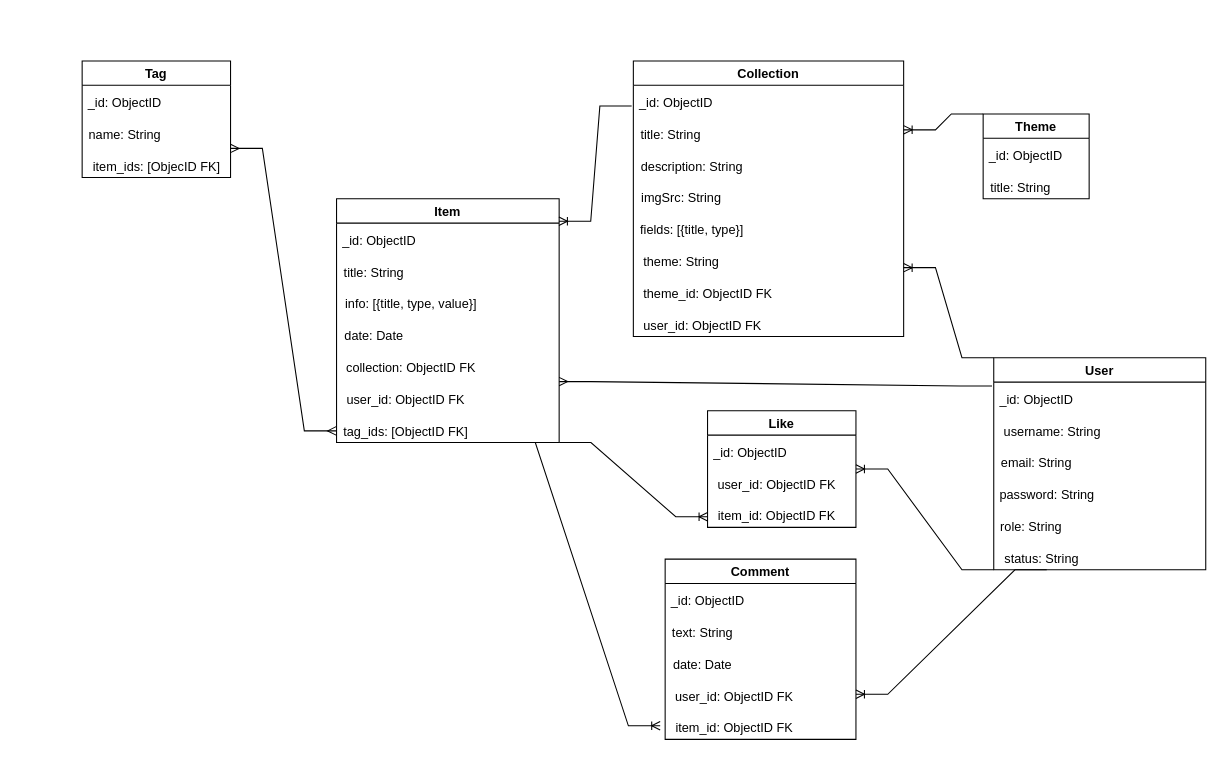
DefK1lla/itra-course-project keeps this draw.io diagram as db-schema.drawio. Above is the earlier version. Source tidied: cells renumbered, new cells numbered last; positions are measured from the earlier drawing's top-left corner, leaving out a move shared by most shapes. Both pictures are drawn from the tidied source at 106%, with x=0, y=0 at pixel (82, 60).
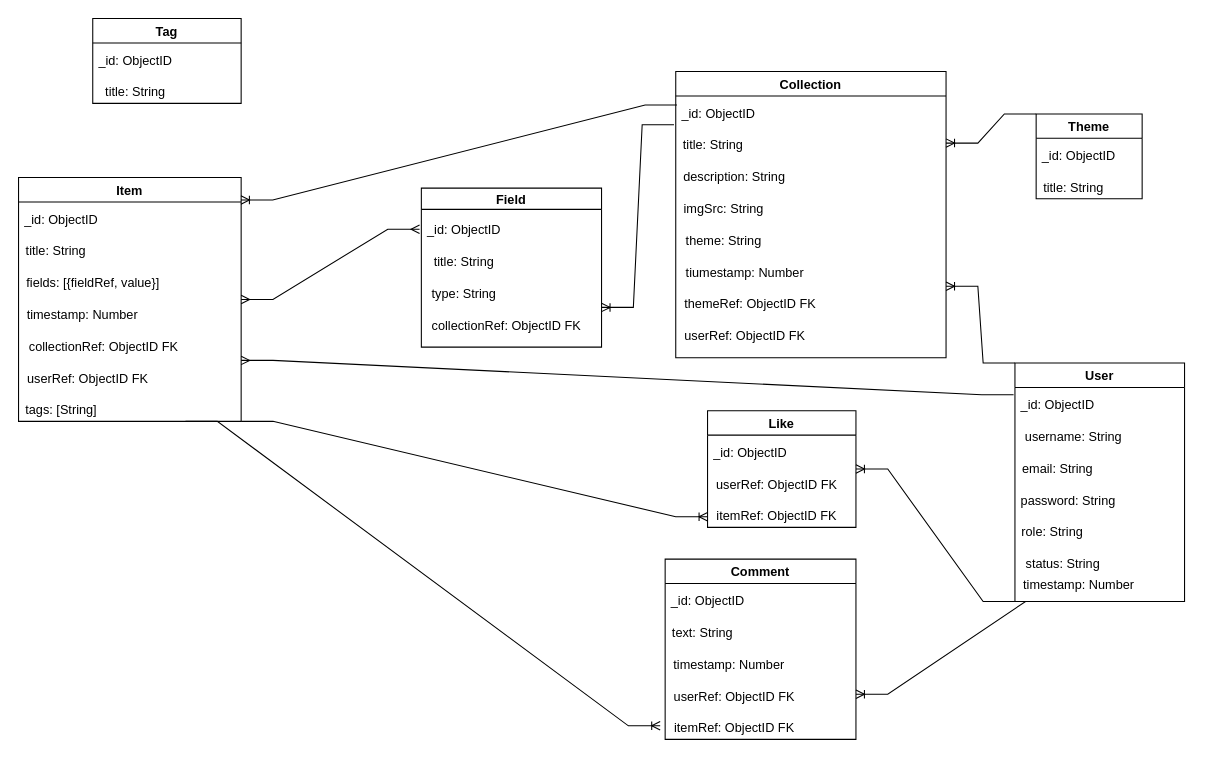
After the change.

Unchanged cells that the change refers to:
```xml
<mxCell id="21" value="_id: ObjectID" style="text;html=1;align=center;verticalAlign=middle;points=[];strokeColor=none;fillColor=none;" parent="20" vertex="1">
  <mxGeometry y="30" width="80" height="20" as="geometry" />
</mxCell>
<mxCell id="34" value="Comment" style="swimlane;startSize=23;" parent="1" vertex="1">
  <mxGeometry x="550" y="470" width="180" height="170" as="geometry" />
</mxCell>
<mxCell id="46" value="Like" style="swimlane;startSize=23;" parent="1" vertex="1">
  <mxGeometry x="590" y="330" width="140" height="110" as="geometry" />
</mxCell>
```

The edit, as a diff of the source:
```diff
@@
     <mxCell id="2" value="User" style="swimlane;" parent="1" vertex="1">
-      <mxGeometry x="860" y="280" width="200" height="200" as="geometry" />
+      <mxGeometry x="880" y="285" width="160" height="225" as="geometry" />
     </mxCell>
@@
+    <mxCell id="52" value="timestamp: Number" style="text;html=1;align=center;verticalAlign=middle;strokeColor=none;fillColor=none;" parent="2" vertex="1">
+      <mxGeometry y="200" width="120" height="20" as="geometry" />
+    </mxCell>
     <mxCell id="9" value="Theme" style="swimlane;" parent="1" vertex="1">
-      <mxGeometry x="850" y="50" width="100" height="80" as="geometry" />
+      <mxGeometry x="900" y="50" width="100" height="80" as="geometry" />
     </mxCell>
@@
     <mxCell id="12" value="Item" style="swimlane;startSize=23;" parent="1" vertex="1">
-      <mxGeometry x="240" y="130" width="210" height="230" as="geometry" />
+      <mxGeometry x="-60" y="110" width="210" height="230" as="geometry" />
     </mxCell>
@@
-    <mxCell id="14" value="collection: ObjectID FK" style="text;html=1;align=center;verticalAlign=middle;strokeColor=none;fillColor=none;" parent="12" vertex="1">
-      <mxGeometry y="150" width="140" height="20" as="geometry" />
+    <mxCell id="14" value="collectionRef: ObjectID FK" style="text;html=1;align=center;verticalAlign=middle;strokeColor=none;fillColor=none;" parent="12" vertex="1">
+      <mxGeometry y="150" width="160" height="20" as="geometry" />
     </mxCell>
-    <mxCell id="15" value="info: [{title, type, value}]" style="text;html=1;align=center;verticalAlign=middle;strokeColor=none;fillColor=none;" parent="12" vertex="1">
+    <mxCell id="15" value="fields: [{fieldRef, value}]" style="text;html=1;align=center;verticalAlign=middle;strokeColor=none;fillColor=none;" parent="12" vertex="1">
       <mxGeometry y="90" width="140" height="20" as="geometry" />
     </mxCell>
-    <mxCell id="16" value="user_id: ObjectID FK" style="text;html=1;align=center;verticalAlign=middle;strokeColor=none;fillColor=none;" parent="12" vertex="1">
+    <mxCell id="16" value="userRef: ObjectID FK" style="text;html=1;align=center;verticalAlign=middle;strokeColor=none;fillColor=none;" parent="12" vertex="1">
       <mxGeometry y="180" width="130" height="20" as="geometry" />
     </mxCell>
-    <mxCell id="17" value="tag_ids: [ObjectID FK]" style="text;html=1;align=center;verticalAlign=middle;points=[];strokeColor=none;fillColor=none;" parent="12" vertex="1">
-      <mxGeometry y="210" width="130" height="20" as="geometry" />
+    <mxCell id="17" value="tags: [String]" style="text;html=1;align=center;verticalAlign=middle;points=[];strokeColor=none;fillColor=none;" parent="12" vertex="1">
+      <mxGeometry y="210" width="80" height="20" as="geometry" />
     </mxCell>
-    <mxCell id="18" value="date: Date" style="text;html=1;align=center;verticalAlign=middle;strokeColor=none;fillColor=none;" parent="12" vertex="1">
-      <mxGeometry y="120" width="70" height="20" as="geometry" />
+    <mxCell id="18" value="timestamp: Number" style="text;html=1;align=center;verticalAlign=middle;strokeColor=none;fillColor=none;" parent="12" vertex="1">
+      <mxGeometry y="120" width="120" height="20" as="geometry" />
     </mxCell>
@@
     <mxCell id="20" value="Collection" style="swimlane;startSize=23;" parent="1" vertex="1">
-      <mxGeometry x="520" width="255" height="260" as="geometry" />
+      <mxGeometry x="560" y="10" width="255" height="270" as="geometry" />
     </mxCell>
@@
-    <mxCell id="22" value="user_id: ObjectID FK" style="text;html=1;align=center;verticalAlign=middle;strokeColor=none;fillColor=none;" parent="20" vertex="1">
+    <mxCell id="22" value="userRef: ObjectID FK" style="text;html=1;align=center;verticalAlign=middle;strokeColor=none;fillColor=none;" parent="20" vertex="1">
       <mxGeometry y="240" width="130" height="20" as="geometry" />
     </mxCell>
@@
-    <mxCell id="24" value="theme_id: ObjectID FK" style="text;html=1;align=center;verticalAlign=middle;strokeColor=none;fillColor=none;" parent="20" vertex="1">
+    <mxCell id="24" value="themeRef: ObjectID FK" style="text;html=1;align=center;verticalAlign=middle;strokeColor=none;fillColor=none;" parent="20" vertex="1">
       <mxGeometry y="210" width="140" height="20" as="geometry" />
     </mxCell>
-    <mxCell id="25" value="fields: [{title, type}]" style="text;html=1;align=center;verticalAlign=middle;strokeColor=none;fillColor=none;" parent="20" vertex="1">
-      <mxGeometry y="150" width="110" height="20" as="geometry" />
-    </mxCell>
     <mxCell id="26" value="theme: String" style="text;html=1;align=center;verticalAlign=middle;strokeColor=none;fillColor=none;" parent="20" vertex="1">
-      <mxGeometry y="180" width="90" height="20" as="geometry" />
+      <mxGeometry y="150" width="90" height="20" as="geometry" />
     </mxCell>
@@
+    <mxCell id="53" value="tiumestamp: Number" style="text;html=1;align=center;verticalAlign=middle;strokeColor=none;fillColor=none;" parent="20" vertex="1">
+      <mxGeometry y="180" width="130" height="20" as="geometry" />
+    </mxCell>
@@
     <mxCell id="30" value="Tag" style="swimlane;startSize=23;" parent="1" vertex="1">
-      <mxGeometry width="140" height="110" as="geometry" />
+      <mxGeometry x="10" y="-40" width="140" height="80" as="geometry" />
     </mxCell>
@@
-    <mxCell id="32" value="name: String" style="text;html=1;align=center;verticalAlign=middle;strokeColor=none;fillColor=none;" parent="30" vertex="1">
-      <mxGeometry y="60" width="80" height="20" as="geometry" />
+    <mxCell id="32" value="title: String" style="text;html=1;align=center;verticalAlign=middle;strokeColor=none;fillColor=none;" parent="30" vertex="1">
+      <mxGeometry x="5" y="60" width="70" height="20" as="geometry" />
     </mxCell>
-    <mxCell id="33" value="item_ids: [ObjecID FK]" style="text;html=1;align=center;verticalAlign=middle;strokeColor=none;fillColor=none;" parent="30" vertex="1">
-      <mxGeometry y="90" width="140" height="20" as="geometry" />
-    </mxCell>
@@
-    <mxCell id="36" value="item_id: ObjectID FK" style="text;html=1;align=center;verticalAlign=middle;points=[];strokeColor=none;fillColor=none;" parent="34" vertex="1">
+    <mxCell id="36" value="itemRef: ObjectID FK" style="text;html=1;align=center;verticalAlign=middle;points=[];strokeColor=none;fillColor=none;" parent="34" vertex="1">
       <mxGeometry y="150" width="130" height="20" as="geometry" />
     </mxCell>
@@
-    <mxCell id="38" value="user_id: ObjectID FK" style="text;html=1;align=center;verticalAlign=middle;strokeColor=none;fillColor=none;" parent="34" vertex="1">
+    <mxCell id="38" value="userRef: ObjectID FK" style="text;html=1;align=center;verticalAlign=middle;strokeColor=none;fillColor=none;" parent="34" vertex="1">
       <mxGeometry y="120" width="130" height="20" as="geometry" />
     </mxCell>
-    <mxCell id="39" value="date: Date" style="text;html=1;align=center;verticalAlign=middle;strokeColor=none;fillColor=none;" parent="34" vertex="1">
-      <mxGeometry y="90" width="70" height="20" as="geometry" />
+    <mxCell id="39" value="timestamp: Number" style="text;html=1;align=center;verticalAlign=middle;strokeColor=none;fillColor=none;" parent="34" vertex="1">
+      <mxGeometry y="90" width="120" height="20" as="geometry" />
     </mxCell>
-    <mxCell id="40" style="edgeStyle=entityRelationEdgeStyle;fontSize=12;html=1;endArrow=ERoneToMany;rounded=0;entryX=0.999;entryY=0.092;entryDx=0;entryDy=0;entryPerimeter=0;exitX=-0.02;exitY=0.629;exitDx=0;exitDy=0;exitPerimeter=0;" parent="1" edge="1" source="21" target="12">
+    <mxCell id="40" style="edgeStyle=entityRelationEdgeStyle;fontSize=12;html=1;endArrow=ERoneToMany;rounded=0;entryX=0.999;entryY=0.092;entryDx=0;entryDy=0;entryPerimeter=0;exitX=0.014;exitY=0.079;exitDx=0;exitDy=0;exitPerimeter=0;" parent="1" edge="1" source="21" target="12">
       <mxGeometry relative="1" as="geometry" />
     </mxCell>
@@
-    <mxCell id="45" style="edgeStyle=entityRelationEdgeStyle;fontSize=12;html=1;endArrow=ERmany;startArrow=ERmany;rounded=0;exitX=1;exitY=0.75;exitDx=0;exitDy=0;entryX=-0.003;entryY=0.45;entryDx=0;entryDy=0;entryPerimeter=0;" parent="1" edge="1" source="30" target="17">
-      <mxGeometry relative="1" as="geometry" />
-    </mxCell>
@@
-    <mxCell id="48" value="user_id: ObjectID FK" style="text;html=1;align=center;verticalAlign=middle;strokeColor=none;fillColor=none;" parent="46" vertex="1">
+    <mxCell id="48" value="userRef: ObjectID FK" style="text;html=1;align=center;verticalAlign=middle;strokeColor=none;fillColor=none;" parent="46" vertex="1">
       <mxGeometry y="60" width="130" height="20" as="geometry" />
     </mxCell>
-    <mxCell id="49" value="item_id: ObjectID FK" style="text;html=1;align=center;verticalAlign=middle;points=[];strokeColor=none;fillColor=none;" parent="46" vertex="1">
+    <mxCell id="49" value="itemRef: ObjectID FK" style="text;html=1;align=center;verticalAlign=middle;points=[];strokeColor=none;fillColor=none;" parent="46" vertex="1">
       <mxGeometry y="90" width="130" height="20" as="geometry" />
     </mxCell>
@@
+    <mxCell id="54" value="Field" style="swimlane;startSize=20;" parent="1" vertex="1">
+      <mxGeometry x="320" y="120" width="170" height="150" as="geometry" />
+    </mxCell>
+    <mxCell id="55" value="_id: ObjectID" style="text;html=1;align=center;verticalAlign=middle;points=[];strokeColor=none;fillColor=none;" parent="54" vertex="1">
+      <mxGeometry y="30" width="80" height="20" as="geometry" />
+    </mxCell>
+    <mxCell id="56" value="title: String" style="text;html=1;align=center;verticalAlign=middle;strokeColor=none;fillColor=none;" parent="54" vertex="1">
+      <mxGeometry x="5" y="60" width="70" height="20" as="geometry" />
+    </mxCell>
+    <mxCell id="57" value="type: String" style="text;html=1;align=center;verticalAlign=middle;strokeColor=none;fillColor=none;" parent="54" vertex="1">
+      <mxGeometry y="90" width="80" height="20" as="geometry" />
+    </mxCell>
+    <mxCell id="58" value="collectionRef: ObjectID FK" style="text;html=1;align=center;verticalAlign=middle;strokeColor=none;fillColor=none;" parent="54" vertex="1">
+      <mxGeometry y="120" width="160" height="20" as="geometry" />
+    </mxCell>
+    <mxCell id="59" style="edgeStyle=entityRelationEdgeStyle;fontSize=12;html=1;endArrow=ERoneToMany;rounded=0;entryX=1;entryY=0.75;entryDx=0;entryDy=0;exitX=-0.021;exitY=1.007;exitDx=0;exitDy=0;exitPerimeter=0;" parent="1" edge="1" source="21" target="54">
+      <mxGeometry relative="1" as="geometry" />
+    </mxCell>
+    <mxCell id="60" style="edgeStyle=entityRelationEdgeStyle;fontSize=12;html=1;endArrow=ERmany;startArrow=ERmany;rounded=0;exitX=1;exitY=0.5;exitDx=0;exitDy=0;entryX=-0.021;entryY=0.436;entryDx=0;entryDy=0;entryPerimeter=0;" parent="1" edge="1" source="12" target="55">
+      <mxGeometry relative="1" as="geometry" />
+    </mxCell>
```
